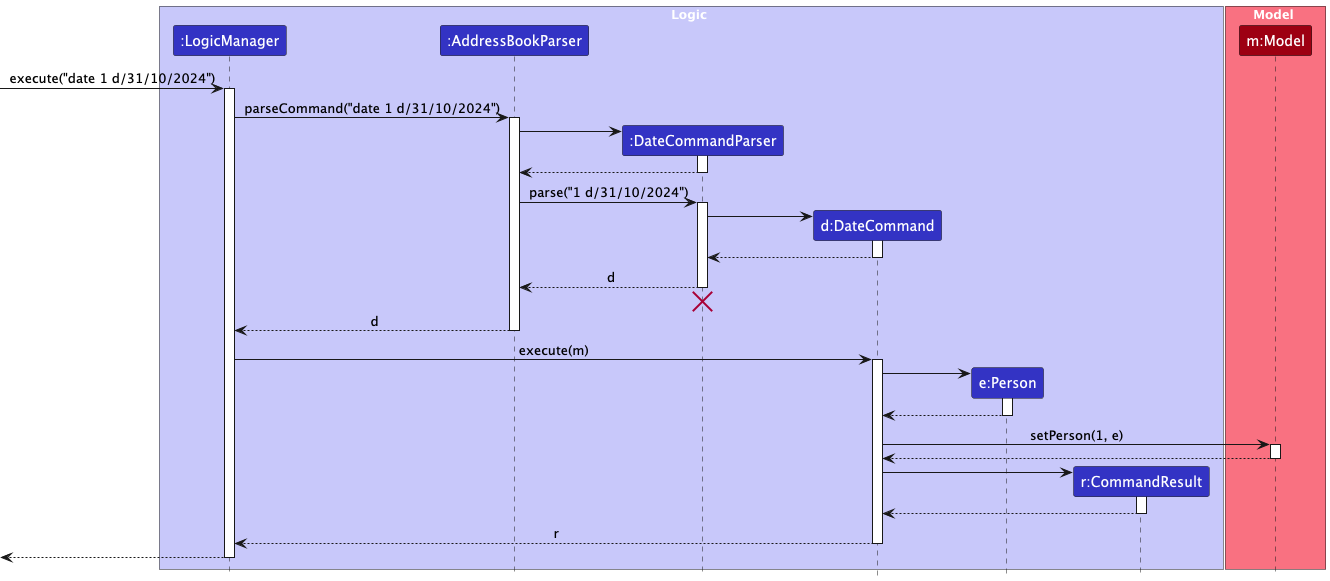
nus-cs2103-AY2425S1/tp keeps this PlantUML diagram as docs/images/DateSequenceDiagram.png. Above is the earlier version.
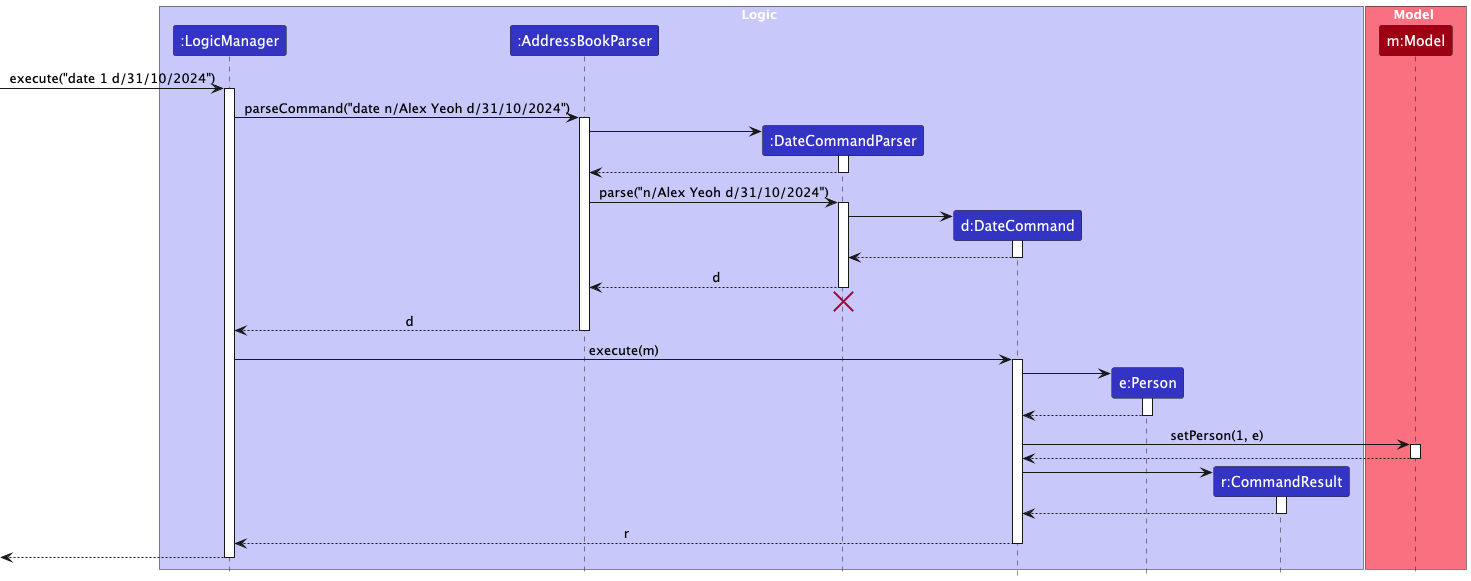
Above is the later version.

What changed in the source:
```diff
@@ -18,7 +18,7 @@
 [-> LogicManager : execute("date 1 d/31/10/2024")
 activate LogicManager
 
-LogicManager -> AddressBookParser : parseCommand("date 1 d/31/10/2024")
+LogicManager -> AddressBookParser : parseCommand("date n/Alex Yeoh d/31/10/2024")
 activate AddressBookParser
 
 create DateCommandParser
@@ -28,7 +28,7 @@
 DateCommandParser --> AddressBookParser
 deactivate DateCommandParser
 
-AddressBookParser -> DateCommandParser : parse("1 d/31/10/2024")
+AddressBookParser -> DateCommandParser : parse("n/Alex Yeoh d/31/10/2024")
 activate DateCommandParser
 
 create DateCommand
```
